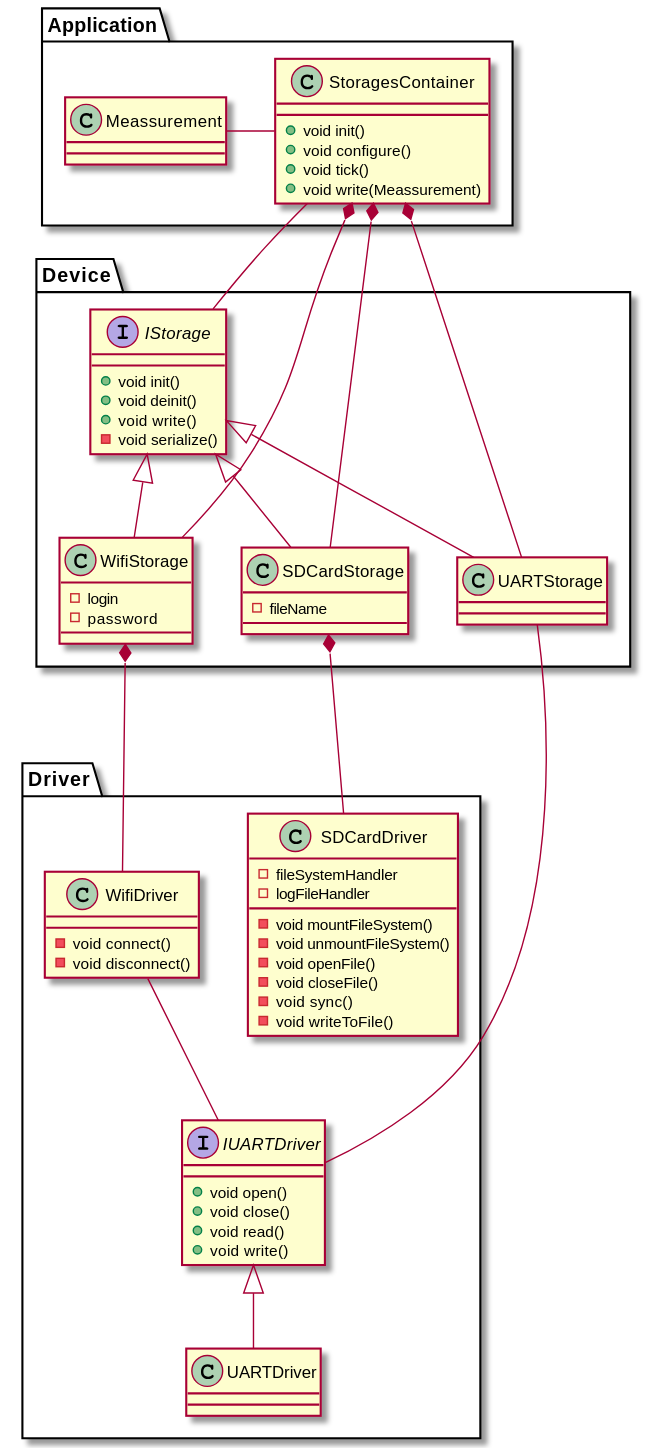
RobertGawron/HardwareDataLogger keeps this PlantUML diagram as Documentation/Diagrams/Export/Documentation/Diagrams/Source/NUCLEO-F103RB/Storage_Class_Diagram.svg. Above is the earlier version.
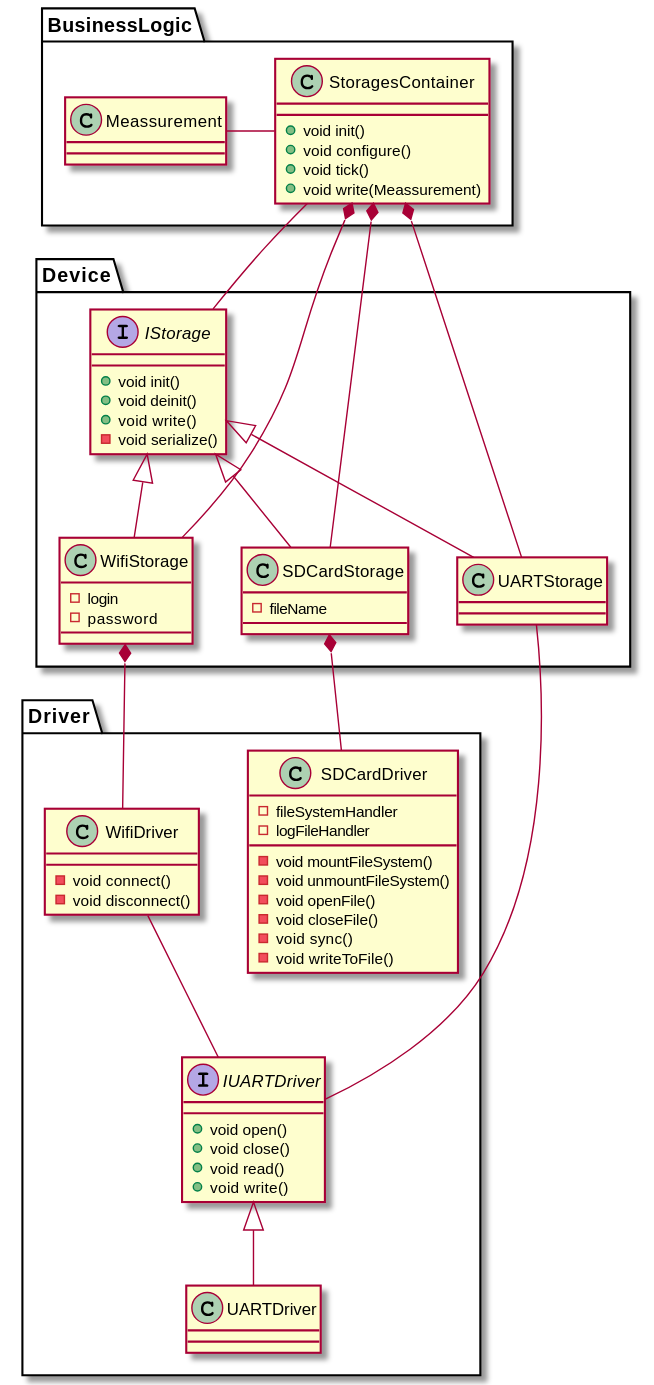
The same diagram one commit later.

The edit, as a diff of the source:
```diff
@@ -1,6 +1,6 @@
 @startuml
 
-package Application {
+package BusinessLogic {
     class Meassurement
 
     class StoragesContainer {
@@ -65,16 +65,16 @@
 
 
 StoragesContainer -- IStorage
-StoragesContainer *--- SDCardStorage
-StoragesContainer *--- UARTStorage
-StoragesContainer *--- WifiStorage
+StoragesContainer *-- SDCardStorage
+StoragesContainer *-- UARTStorage
+StoragesContainer *-- WifiStorage
 
 IStorage <|-- WifiStorage
 IStorage <|-- SDCardStorage
 IStorage <|-- UARTStorage
 
 SDCardStorage *-- SDCardDriver
-WifiStorage *--- WifiDriver
+WifiStorage *-- WifiDriver
 
 UARTStorage -- IUARTDriver
 WifiDriver -- IUARTDriver
```
